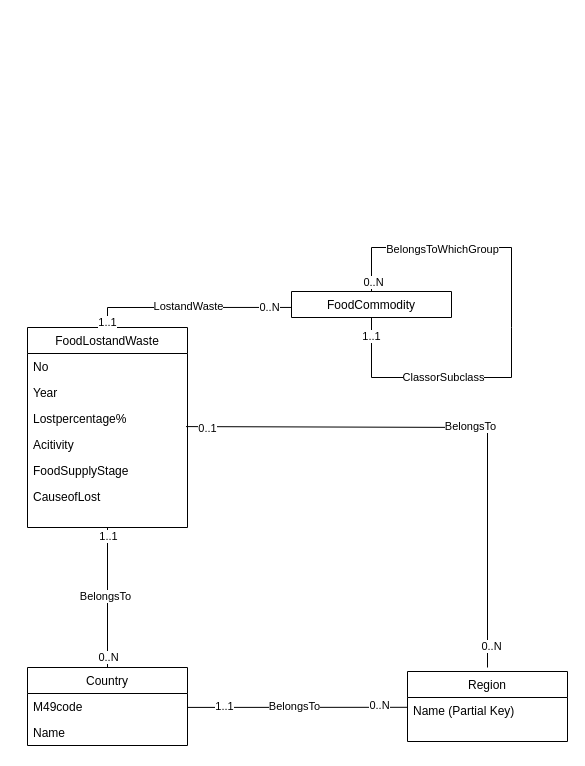
This is faver er diagram/ER DIAGRAM MS1.drawio from tunykush/Faver_Foodwaste, a draw.io file, before an edit. Source tidied: cells renumbered, new cells numbered last; positions are measured from the earlier drawing's top-left corner, leaving out a move shared by most shapes. Both pictures are drawn from the tidied source at 100%, with x=0, y=0 at pixel (27, 247).
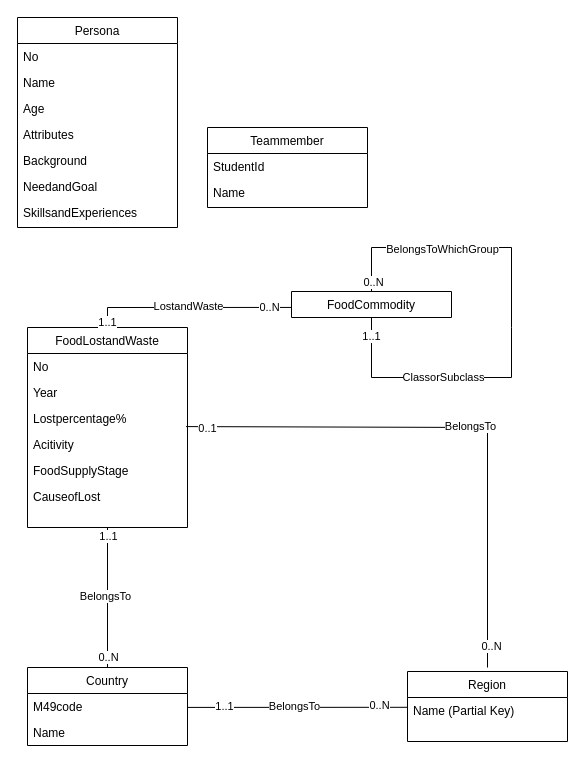
Above is the later version.

Commit message (it also covers changes not shown here):
Cập nhật ER DIAGRAM MS1.drawio

Diff of the diagram source:
```diff
@@
+    <mxCell id="36" value="Persona" style="swimlane;fontStyle=0;align=center;verticalAlign=top;horizontal=1;startSize=26;rounded=0;shadow=0;strokeWidth=1;" parent="1" vertex="1">
+      <mxGeometry x="-10" y="-230" width="160" height="210" as="geometry" />
+    </mxCell>
+    <mxCell id="37" value="No" style="text;align=left;verticalAlign=top;spacingLeft=4;spacingRight=4;overflow=hidden;" parent="36" vertex="1">
+      <mxGeometry y="26" width="160" height="26" as="geometry" />
+    </mxCell>
+    <mxCell id="38" value="Name" style="text;align=left;verticalAlign=top;spacingLeft=4;spacingRight=4;overflow=hidden;" parent="36" vertex="1">
+      <mxGeometry y="52" width="160" height="26" as="geometry" />
+    </mxCell>
+    <mxCell id="39" value="Age" style="text;align=left;verticalAlign=top;spacingLeft=4;spacingRight=4;overflow=hidden;" parent="36" vertex="1">
+      <mxGeometry y="78" width="160" height="26" as="geometry" />
+    </mxCell>
+    <mxCell id="40" value="Attributes" style="text;align=left;verticalAlign=top;spacingLeft=4;spacingRight=4;overflow=hidden;" parent="36" vertex="1">
+      <mxGeometry y="104" width="160" height="26" as="geometry" />
+    </mxCell>
+    <mxCell id="41" value="Background" style="text;align=left;verticalAlign=top;spacingLeft=4;spacingRight=4;overflow=hidden;" parent="36" vertex="1">
+      <mxGeometry y="130" width="160" height="26" as="geometry" />
+    </mxCell>
+    <mxCell id="42" value="NeedandGoal" style="text;align=left;verticalAlign=top;spacingLeft=4;spacingRight=4;overflow=hidden;" parent="36" vertex="1">
+      <mxGeometry y="156" width="160" height="26" as="geometry" />
+    </mxCell>
+    <mxCell id="43" value="SkillsandExperiences" style="text;align=left;verticalAlign=top;spacingLeft=4;spacingRight=4;overflow=hidden;" parent="36" vertex="1">
+      <mxGeometry y="182" width="160" height="26" as="geometry" />
+    </mxCell>
+    <mxCell id="44" value="Teammember" style="swimlane;fontStyle=0;align=center;verticalAlign=top;horizontal=1;startSize=26;rounded=0;shadow=0;strokeWidth=1;" parent="1" vertex="1">
+      <mxGeometry x="180" y="-120" width="160" height="80" as="geometry" />
+    </mxCell>
+    <mxCell id="45" value="StudentId" style="text;align=left;verticalAlign=top;spacingLeft=4;spacingRight=4;overflow=hidden;" parent="44" vertex="1">
+      <mxGeometry y="26" width="160" height="26" as="geometry" />
+    </mxCell>
+    <mxCell id="46" value="Name" style="text;align=left;verticalAlign=top;spacingLeft=4;spacingRight=4;overflow=hidden;" parent="44" vertex="1">
+      <mxGeometry y="52" width="160" height="28" as="geometry" />
+    </mxCell>
```
